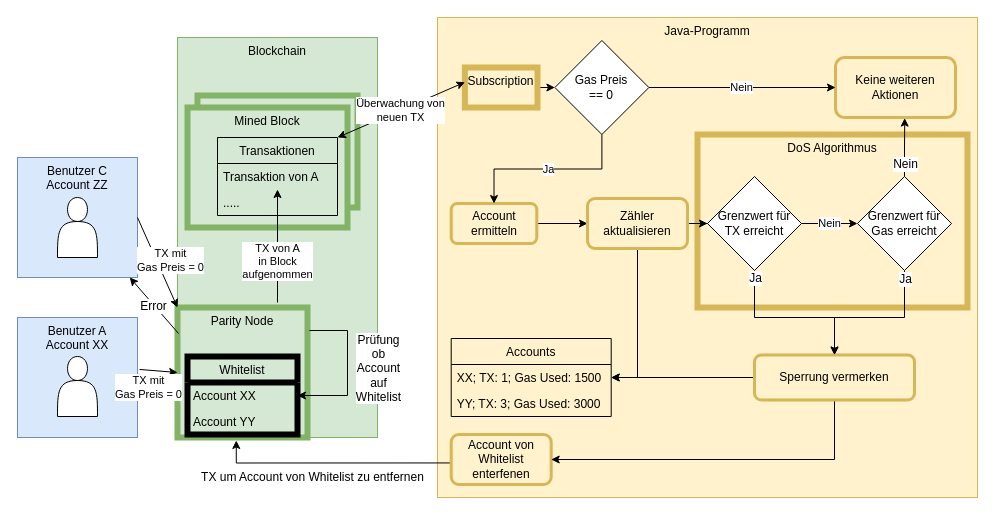
This is Report/images/src/process_whitelist.drawio from Geryones/BlockChain_TransactionManager, a draw.io file, before an edit. Source tidied: cells renumbered, new cells numbered last; positions are measured from the earlier drawing's top-left corner, leaving out a move shared by most shapes. Both pictures are drawn from the tidied source at 100%, with x=0, y=0 at pixel (17, 17).
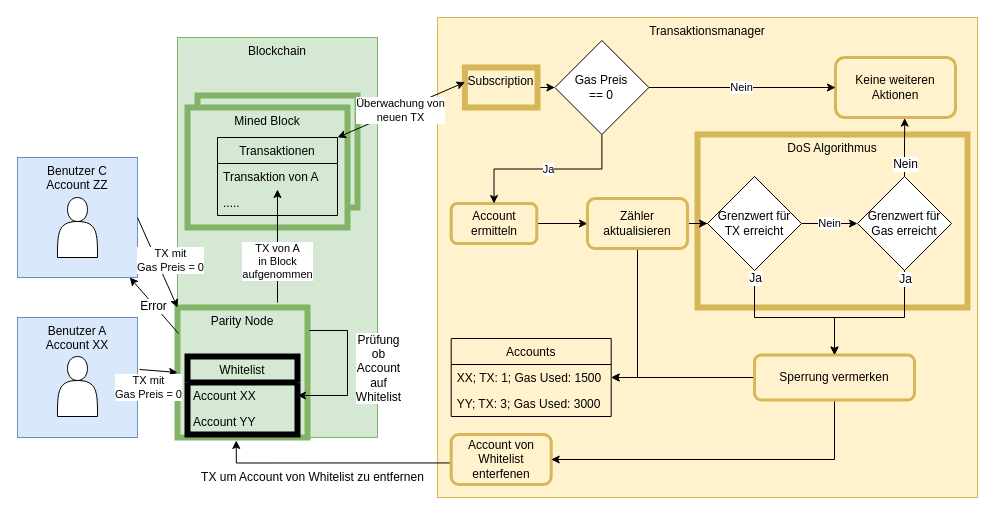
The same page after the edit.

What changed in the source:
```diff
@@
-    <mxCell id="5" value="Java-Programm" style="rounded=0;whiteSpace=wrap;html=1;fillColor=#fff2cc;strokeColor=#d6b656;verticalAlign=top;" parent="1" vertex="1">
+    <mxCell id="5" value="Transaktionsmanager" style="rounded=0;whiteSpace=wrap;html=1;fillColor=#fff2cc;strokeColor=#d6b656;verticalAlign=top;" parent="1" vertex="1">
       <mxGeometry x="420" width="540" height="480" as="geometry" />
     </mxCell>
```
